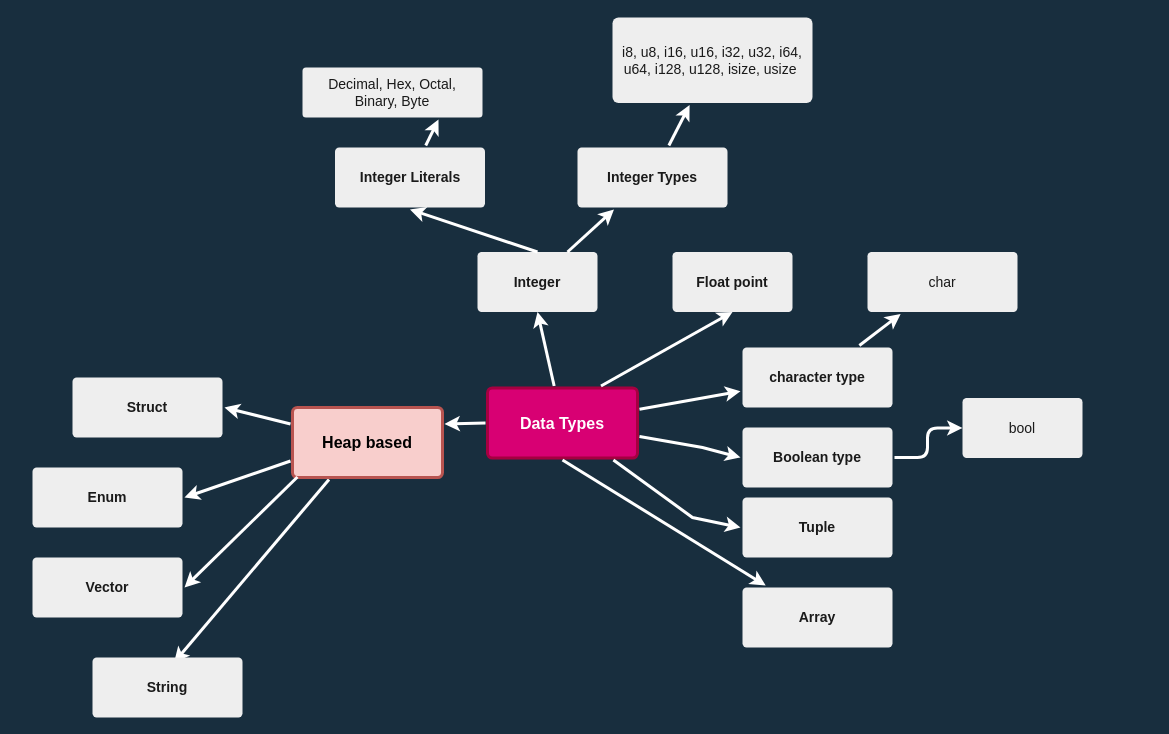
Earlier version of the draw.io diagram page "Data Types" (1 of 2) of datatypes.drawio (gftea/rust_lang_notes). Source tidied: cells renumbered, new cells numbered last; positions are measured from the earlier drawing's top-left corner, leaving out a move shared by most shapes. Both pictures are drawn from the tidied source at 100%, with x=0, y=0 at pixel (32, 17).
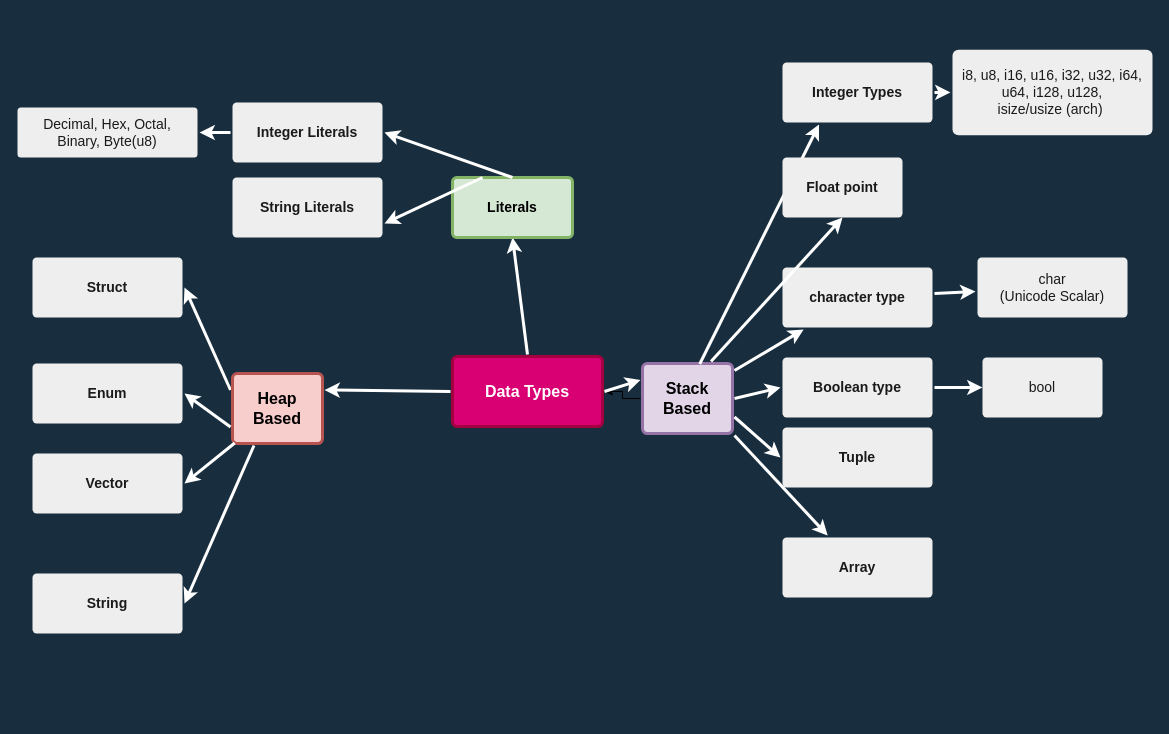
After the change.

The edit, as a diff of the source:
```diff
@@
-    <mxCell id="2" style="edgeStyle=none;rounded=0;jumpStyle=none;html=1;shadow=0;labelBackgroundColor=none;startArrow=none;startFill=0;endArrow=classic;endFill=1;jettySize=auto;strokeColor=#FFFFFF;strokeWidth=3;fontFamily=Helvetica;fontSize=16;fontColor=#FFFFFF;spacing=5;entryX=0.5;entryY=1;entryDx=0;entryDy=0;" parent="1" edge="1" source="6" target="13">
+    <mxCell id="2" style="edgeStyle=none;rounded=0;jumpStyle=none;html=1;shadow=0;labelBackgroundColor=none;startArrow=none;startFill=0;endArrow=classic;endFill=1;jettySize=auto;strokeColor=#FFFFFF;strokeWidth=3;fontFamily=Helvetica;fontSize=16;fontColor=#FFFFFF;spacing=5;entryX=0.5;entryY=1;entryDx=0;entryDy=0;exitX=0.5;exitY=0;exitDx=0;exitDy=0;" parent="1" edge="1" source="40" target="13">
       <mxGeometry relative="1" as="geometry" />
     </mxCell>
@@
-    <mxCell id="4" style="edgeStyle=none;rounded=0;jumpStyle=none;html=1;shadow=0;labelBackgroundColor=none;startArrow=none;startFill=0;endArrow=classic;endFill=1;jettySize=auto;strokeColor=#FFFFFF;strokeWidth=3;fontFamily=Helvetica;fontSize=16;fontColor=#FFFFFF;spacing=5;entryX=0.543;entryY=0.109;entryDx=0;entryDy=0;entryPerimeter=0;exitX=0.25;exitY=1;exitDx=0;exitDy=0;" parent="1" edge="1" source="33" target="29">
+    <mxCell id="4" style="edgeStyle=none;rounded=0;jumpStyle=none;html=1;shadow=0;labelBackgroundColor=none;startArrow=none;startFill=0;endArrow=classic;endFill=1;jettySize=auto;strokeColor=#FFFFFF;strokeWidth=3;fontFamily=Helvetica;fontSize=16;fontColor=#FFFFFF;spacing=5;entryX=1;entryY=0.5;entryDx=0;entryDy=0;exitX=0.25;exitY=1;exitDx=0;exitDy=0;" parent="1" edge="1" source="33" target="29">
       <mxGeometry relative="1" as="geometry" />
     </mxCell>
@@
+    <mxCell id="37" style="edgeStyle=orthogonalEdgeStyle;rounded=0;jettySize=auto;html=1;" parent="1" edge="1" source="6" target="40">
+      <mxGeometry relative="1" as="geometry" />
+    </mxCell>
-    <mxCell id="6" value="Data Types" style="rounded=1;whiteSpace=wrap;html=1;shadow=0;labelBackgroundColor=none;strokeColor=#A50040;strokeWidth=3;fillColor=#d80073;fontFamily=Helvetica;fontSize=16;fontColor=#ffffff;align=center;fontStyle=1;spacing=5;arcSize=7;perimeterSpacing=2;" parent="1" vertex="1">
-      <mxGeometry x="455" y="370.5" width="150" height="70" as="geometry" />
+    <mxCell id="6" value="Stack Based" style="rounded=1;whiteSpace=wrap;html=1;shadow=0;labelBackgroundColor=none;strokeColor=#9673a6;strokeWidth=3;fillColor=#e1d5e7;fontFamily=Helvetica;fontSize=16;align=center;fontStyle=1;spacing=5;arcSize=7;perimeterSpacing=2;" parent="1" vertex="1">
+      <mxGeometry x="610" y="346" width="90" height="70" as="geometry" />
     </mxCell>
     <mxCell id="7" value="Integer Literals" style="rounded=1;whiteSpace=wrap;html=1;shadow=0;labelBackgroundColor=none;strokeColor=none;strokeWidth=3;fillColor=#EEEEEE;fontFamily=Helvetica;fontSize=14;fontColor=#1A1A1A;align=center;spacing=5;fontStyle=1;arcSize=7;perimeterSpacing=2;" parent="1" vertex="1">
-      <mxGeometry x="302.5" y="130" width="150" height="60" as="geometry" />
+      <mxGeometry x="200" y="85" width="150" height="60" as="geometry" />
     </mxCell>
-    <mxCell id="8" value="Decimal, Hex, Octal, Binary, Byte" style="rounded=1;whiteSpace=wrap;html=1;shadow=0;labelBackgroundColor=none;strokeColor=none;strokeWidth=3;fillColor=#EEEEEE;fontFamily=Helvetica;fontSize=14;fontColor=#1A1A1A;align=center;spacing=5;arcSize=7;perimeterSpacing=2;" parent="1" vertex="1">
-      <mxGeometry x="270" y="50" width="180" height="50" as="geometry" />
+    <mxCell id="8" value="Decimal, Hex, Octal, Binary, Byte(u8)" style="rounded=1;whiteSpace=wrap;html=1;shadow=0;labelBackgroundColor=none;strokeColor=none;strokeWidth=3;fillColor=#EEEEEE;fontFamily=Helvetica;fontSize=14;fontColor=#1A1A1A;align=center;spacing=5;arcSize=7;perimeterSpacing=2;" parent="1" vertex="1">
+      <mxGeometry x="-15" y="90" width="180" height="50" as="geometry" />
     </mxCell>
-    <mxCell id="9" style="edgeStyle=none;rounded=0;jumpStyle=none;html=1;shadow=0;labelBackgroundColor=none;startArrow=none;startFill=0;endArrow=classic;endFill=1;jettySize=auto;strokeColor=#FFFFFF;strokeWidth=3;fontFamily=Helvetica;fontSize=14;fontColor=#FFFFFF;spacing=5;entryX=0.75;entryY=1;entryDx=0;entryDy=0;" parent="1" edge="1" source="7" target="8">
-      <mxGeometry relative="1" as="geometry" />
-    </mxCell>
     <mxCell id="10" value="character type" style="rounded=1;whiteSpace=wrap;html=1;shadow=0;labelBackgroundColor=none;strokeColor=none;strokeWidth=3;fillColor=#EEEEEE;fontFamily=Helvetica;fontSize=14;fontColor=#1A1A1A;align=center;spacing=5;fontStyle=1;arcSize=7;perimeterSpacing=2;" parent="1" vertex="1">
-      <mxGeometry x="710" y="330" width="150" height="60" as="geometry" />
+      <mxGeometry x="750" y="250" width="150" height="60" as="geometry" />
     </mxCell>
-    <mxCell id="11" value="char" style="rounded=1;whiteSpace=wrap;html=1;shadow=0;labelBackgroundColor=none;strokeColor=none;strokeWidth=3;fillColor=#EEEEEE;fontFamily=Helvetica;fontSize=14;fontColor=#1A1A1A;align=center;spacing=5;fontStyle=0;arcSize=7;perimeterSpacing=2;" parent="1" vertex="1">
-      <mxGeometry x="835" y="234.5" width="150" height="60" as="geometry" />
+    <mxCell id="11" value="char&lt;br&gt;(Unicode Scalar)" style="rounded=1;whiteSpace=wrap;html=1;shadow=0;labelBackgroundColor=none;strokeColor=none;strokeWidth=3;fillColor=#EEEEEE;fontFamily=Helvetica;fontSize=14;fontColor=#1A1A1A;align=center;spacing=5;fontStyle=0;arcSize=7;perimeterSpacing=2;" parent="1" vertex="1">
+      <mxGeometry x="945" y="240" width="150" height="60" as="geometry" />
     </mxCell>
@@
-    <mxCell id="13" value="Integer" style="whiteSpace=wrap;html=1;fontSize=14;fillColor=#EEEEEE;strokeColor=none;fontColor=#1A1A1A;rounded=1;shadow=0;labelBackgroundColor=none;strokeWidth=3;spacing=5;fontStyle=1;arcSize=7;" parent="1" vertex="1">
-      <mxGeometry x="445" y="234.5" width="120" height="60" as="geometry" />
+    <mxCell id="13" value="Literals" style="whiteSpace=wrap;html=1;fontSize=14;fillColor=#d5e8d4;strokeColor=#82b366;rounded=1;shadow=0;labelBackgroundColor=none;strokeWidth=3;spacing=5;fontStyle=1;arcSize=7;" parent="1" vertex="1">
+      <mxGeometry x="420" y="160" width="120" height="60" as="geometry" />
     </mxCell>
-    <mxCell id="14" style="edgeStyle=none;rounded=0;jumpStyle=none;html=1;shadow=0;labelBackgroundColor=none;startArrow=none;startFill=0;endArrow=classic;endFill=1;jettySize=auto;strokeColor=#FFFFFF;strokeWidth=3;fontFamily=Helvetica;fontSize=14;fontColor=#FFFFFF;spacing=5;entryX=0.5;entryY=1;entryDx=0;entryDy=0;exitX=0.5;exitY=0;exitDx=0;exitDy=0;" parent="1" edge="1" source="13" target="7">
+    <mxCell id="14" style="edgeStyle=none;rounded=0;jumpStyle=none;html=1;shadow=0;labelBackgroundColor=none;startArrow=none;startFill=0;endArrow=classic;endFill=1;jettySize=auto;strokeColor=#FFFFFF;strokeWidth=3;fontFamily=Helvetica;fontSize=14;fontColor=#FFFFFF;spacing=5;entryX=1;entryY=0.5;entryDx=0;entryDy=0;exitX=0.5;exitY=0;exitDx=0;exitDy=0;" parent="1" edge="1" source="13" target="7">
       <mxGeometry relative="1" as="geometry" />
     </mxCell>
-    <mxCell id="15" style="edgeStyle=none;rounded=0;jumpStyle=none;html=1;shadow=0;labelBackgroundColor=none;startArrow=none;startFill=0;endArrow=classic;endFill=1;jettySize=auto;strokeColor=#FFFFFF;strokeWidth=3;fontFamily=Helvetica;fontSize=14;fontColor=#FFFFFF;spacing=5;exitX=0.75;exitY=0;exitDx=0;exitDy=0;entryX=0.25;entryY=1;entryDx=0;entryDy=0;" parent="1" edge="1" source="13" target="17">
+    <mxCell id="15" style="edgeStyle=none;rounded=0;jumpStyle=none;html=1;shadow=0;labelBackgroundColor=none;startArrow=none;startFill=0;endArrow=classic;endFill=1;jettySize=auto;strokeColor=#FFFFFF;strokeWidth=3;fontFamily=Helvetica;fontSize=14;fontColor=#FFFFFF;spacing=5;exitX=0.63;exitY=0.034;exitDx=0;exitDy=0;entryX=0.25;entryY=1;entryDx=0;entryDy=0;exitPerimeter=0;" parent="1" edge="1" source="6" target="17">
       <mxGeometry relative="1" as="geometry" />
     </mxCell>
@@
     <mxCell id="17" value="Integer Types" style="rounded=1;whiteSpace=wrap;html=1;shadow=0;labelBackgroundColor=none;strokeColor=none;strokeWidth=3;fillColor=#EEEEEE;fontFamily=Helvetica;fontSize=14;fontColor=#1A1A1A;align=center;spacing=5;fontStyle=1;arcSize=7;perimeterSpacing=2;" parent="1" vertex="1">
-      <mxGeometry x="545" y="130" width="150" height="60" as="geometry" />
+      <mxGeometry x="750" y="45" width="150" height="60" as="geometry" />
     </mxCell>
-    <mxCell id="18" value="&lt;span style=&quot;font-weight: normal;&quot;&gt;i8, u8, i16, u16, i32, u32, i64, u64, i128, u128, isize, usize&amp;nbsp;&lt;/span&gt;" style="rounded=1;whiteSpace=wrap;html=1;shadow=0;labelBackgroundColor=none;strokeColor=none;strokeWidth=3;fillColor=#EEEEEE;fontFamily=Helvetica;fontSize=14;fontColor=#1A1A1A;align=center;spacing=5;fontStyle=1;arcSize=7;perimeterSpacing=2;" parent="1" vertex="1">
-      <mxGeometry x="580" width="200" height="85.5" as="geometry" />
+    <mxCell id="18" value="&lt;span style=&quot;font-weight: normal;&quot;&gt;i8, u8, i16, u16, i32, u32, i64, u64, i128, u128, &lt;br&gt;isize/usize (arch)&amp;nbsp;&lt;/span&gt;" style="rounded=1;whiteSpace=wrap;html=1;shadow=0;labelBackgroundColor=none;strokeColor=none;strokeWidth=3;fillColor=#EEEEEE;fontFamily=Helvetica;fontSize=14;fontColor=#1A1A1A;align=center;spacing=5;fontStyle=1;arcSize=7;perimeterSpacing=2;" parent="1" vertex="1">
+      <mxGeometry x="920" y="32.2" width="200" height="85.5" as="geometry" />
     </mxCell>
-    <mxCell id="19" style="edgeStyle=none;rounded=0;jumpStyle=none;html=1;shadow=0;labelBackgroundColor=none;startArrow=none;startFill=0;endArrow=classic;endFill=1;jettySize=auto;strokeColor=#FFFFFF;strokeWidth=3;fontFamily=Helvetica;fontSize=16;fontColor=#FFFFFF;spacing=5;entryX=0;entryY=0.5;entryDx=0;entryDy=0;" parent="1" edge="1" source="6" target="21">
-      <mxGeometry relative="1" as="geometry">
-        <Array as="points">
-          <mxPoint x="670" y="430" />
-        </Array>
-      </mxGeometry>
-    </mxCell>
-    <mxCell id="20" style="edgeStyle=orthogonalEdgeStyle;curved=0;rounded=1;sketch=0;jettySize=auto;html=1;fontColor=#FFFFFF;strokeColor=#FFFFFF;strokeWidth=3;" parent="1" edge="1" source="21" target="22">
-      <mxGeometry relative="1" as="geometry" />
-    </mxCell>
     <mxCell id="21" value="Boolean type" style="rounded=1;whiteSpace=wrap;html=1;shadow=0;labelBackgroundColor=none;strokeColor=none;strokeWidth=3;fillColor=#EEEEEE;fontFamily=Helvetica;fontSize=14;fontColor=#1A1A1A;align=center;spacing=5;fontStyle=1;arcSize=7;perimeterSpacing=2;" parent="1" vertex="1">
-      <mxGeometry x="710" y="410" width="150" height="60" as="geometry" />
+      <mxGeometry x="750" y="340" width="150" height="60" as="geometry" />
     </mxCell>
     <mxCell id="22" value="&lt;span style=&quot;font-weight: normal;&quot;&gt;bool&lt;/span&gt;" style="whiteSpace=wrap;html=1;fontSize=14;fillColor=#EEEEEE;strokeColor=none;fontColor=#1A1A1A;rounded=1;shadow=0;labelBackgroundColor=none;strokeWidth=3;spacing=5;fontStyle=1;arcSize=7;" parent="1" vertex="1">
-      <mxGeometry x="930" y="380.5" width="120" height="60" as="geometry" />
+      <mxGeometry x="950" y="340" width="120" height="60" as="geometry" />
     </mxCell>
@@
     <mxCell id="24" value="Float point" style="whiteSpace=wrap;html=1;fontSize=14;fillColor=#EEEEEE;strokeColor=none;fontColor=#1A1A1A;rounded=1;shadow=0;labelBackgroundColor=none;strokeWidth=3;spacing=5;fontStyle=1;arcSize=7;" parent="1" vertex="1">
-      <mxGeometry x="640" y="234.5" width="120" height="60" as="geometry" />
+      <mxGeometry x="750" y="140" width="120" height="60" as="geometry" />
     </mxCell>
     <mxCell id="25" value="Tuple" style="rounded=1;whiteSpace=wrap;html=1;shadow=0;labelBackgroundColor=none;strokeColor=none;strokeWidth=3;fillColor=#EEEEEE;fontFamily=Helvetica;fontSize=14;fontColor=#1A1A1A;align=center;spacing=5;fontStyle=1;arcSize=7;perimeterSpacing=2;" parent="1" vertex="1">
-      <mxGeometry x="710" y="480" width="150" height="60" as="geometry" />
+      <mxGeometry x="750" y="410" width="150" height="60" as="geometry" />
     </mxCell>
-    <mxCell id="26" style="edgeStyle=none;rounded=0;jumpStyle=none;html=1;shadow=0;labelBackgroundColor=none;startArrow=none;startFill=0;endArrow=classic;endFill=1;jettySize=auto;strokeColor=#FFFFFF;strokeWidth=3;fontFamily=Helvetica;fontSize=16;fontColor=#FFFFFF;spacing=5;entryX=0;entryY=0.5;entryDx=0;entryDy=0;" parent="1" edge="1" source="6" target="25">
-      <mxGeometry relative="1" as="geometry">
-        <Array as="points">
-          <mxPoint x="660" y="500" />
-        </Array>
-      </mxGeometry>
-    </mxCell>
     <mxCell id="27" value="Array" style="rounded=1;whiteSpace=wrap;html=1;shadow=0;labelBackgroundColor=none;strokeColor=none;strokeWidth=3;fillColor=#EEEEEE;fontFamily=Helvetica;fontSize=14;fontColor=#1A1A1A;align=center;spacing=5;fontStyle=1;arcSize=7;perimeterSpacing=2;" parent="1" vertex="1">
-      <mxGeometry x="710" y="570" width="150" height="60" as="geometry" />
+      <mxGeometry x="750" y="520" width="150" height="60" as="geometry" />
     </mxCell>
-    <mxCell id="28" style="edgeStyle=none;rounded=0;jumpStyle=none;html=1;shadow=0;labelBackgroundColor=none;startArrow=none;startFill=0;endArrow=classic;endFill=1;jettySize=auto;strokeColor=#FFFFFF;strokeWidth=3;fontFamily=Helvetica;fontSize=16;fontColor=#FFFFFF;spacing=5;exitX=0.5;exitY=1;exitDx=0;exitDy=0;" parent="1" edge="1" source="6" target="27">
+    <mxCell id="28" style="edgeStyle=none;rounded=0;jumpStyle=none;html=1;shadow=0;labelBackgroundColor=none;startArrow=none;startFill=0;endArrow=classic;endFill=1;jettySize=auto;strokeColor=#FFFFFF;strokeWidth=3;fontFamily=Helvetica;fontSize=16;fontColor=#FFFFFF;spacing=5;exitX=1;exitY=1;exitDx=0;exitDy=0;" parent="1" edge="1" source="6" target="27">
       <mxGeometry relative="1" as="geometry" />
     </mxCell>
     <mxCell id="29" value="String" style="rounded=1;whiteSpace=wrap;html=1;shadow=0;labelBackgroundColor=none;strokeColor=none;strokeWidth=3;fillColor=#EEEEEE;fontFamily=Helvetica;fontSize=14;fontColor=#1A1A1A;align=center;spacing=5;fontStyle=1;arcSize=7;perimeterSpacing=2;" parent="1" vertex="1">
-      <mxGeometry x="60" y="640" width="150" height="60" as="geometry" />
+      <mxGeometry y="556" width="150" height="60" as="geometry" />
     </mxCell>
     <mxCell id="30" value="Struct" style="rounded=1;whiteSpace=wrap;html=1;shadow=0;labelBackgroundColor=none;strokeColor=none;strokeWidth=3;fillColor=#EEEEEE;fontFamily=Helvetica;fontSize=14;fontColor=#1A1A1A;align=center;spacing=5;fontStyle=1;arcSize=7;perimeterSpacing=2;" parent="1" vertex="1">
-      <mxGeometry x="40" y="360" width="150" height="60" as="geometry" />
+      <mxGeometry y="240" width="150" height="60" as="geometry" />
     </mxCell>
     <mxCell id="31" value="Enum" style="rounded=1;whiteSpace=wrap;html=1;shadow=0;labelBackgroundColor=none;strokeColor=none;strokeWidth=3;fillColor=#EEEEEE;fontFamily=Helvetica;fontSize=14;fontColor=#1A1A1A;align=center;spacing=5;fontStyle=1;arcSize=7;perimeterSpacing=2;" parent="1" vertex="1">
-      <mxGeometry y="450" width="150" height="60" as="geometry" />
+      <mxGeometry y="346" width="150" height="60" as="geometry" />
     </mxCell>
     <mxCell id="32" value="Vector" style="rounded=1;whiteSpace=wrap;html=1;shadow=0;labelBackgroundColor=none;strokeColor=none;strokeWidth=3;fillColor=#EEEEEE;fontFamily=Helvetica;fontSize=14;fontColor=#1A1A1A;align=center;spacing=5;fontStyle=1;arcSize=7;perimeterSpacing=2;" parent="1" vertex="1">
-      <mxGeometry y="540" width="150" height="60" as="geometry" />
+      <mxGeometry y="436" width="150" height="60" as="geometry" />
     </mxCell>
-    <mxCell id="33" value="Heap based" style="rounded=1;whiteSpace=wrap;html=1;shadow=0;labelBackgroundColor=none;strokeColor=#b85450;strokeWidth=3;fillColor=#f8cecc;fontFamily=Helvetica;fontSize=16;align=center;fontStyle=1;spacing=5;arcSize=7;perimeterSpacing=2;" parent="1" vertex="1">
-      <mxGeometry x="260" y="390" width="150" height="70" as="geometry" />
+    <mxCell id="33" value="Heap Based" style="rounded=1;whiteSpace=wrap;html=1;shadow=0;labelBackgroundColor=none;strokeColor=#b85450;strokeWidth=3;fillColor=#f8cecc;fontFamily=Helvetica;fontSize=16;align=center;fontStyle=1;spacing=5;arcSize=7;perimeterSpacing=2;" parent="1" vertex="1">
+      <mxGeometry x="200" y="356" width="90" height="70" as="geometry" />
     </mxCell>
@@
-    <mxCell id="36" style="edgeStyle=none;rounded=0;jumpStyle=none;html=1;shadow=0;labelBackgroundColor=none;startArrow=none;startFill=0;endArrow=classic;endFill=1;jettySize=auto;strokeColor=#FFFFFF;strokeWidth=3;fontFamily=Helvetica;fontSize=16;fontColor=#FFFFFF;spacing=5;entryX=1;entryY=0.25;entryDx=0;entryDy=0;exitX=0;exitY=0.5;exitDx=0;exitDy=0;" parent="1" edge="1" source="6" target="33">
+    <mxCell id="36" style="edgeStyle=none;rounded=0;jumpStyle=none;html=1;shadow=0;labelBackgroundColor=none;startArrow=none;startFill=0;endArrow=classic;endFill=1;jettySize=auto;strokeColor=#FFFFFF;strokeWidth=3;fontFamily=Helvetica;fontSize=16;fontColor=#FFFFFF;spacing=5;entryX=1;entryY=0.25;entryDx=0;entryDy=0;exitX=0;exitY=0.5;exitDx=0;exitDy=0;" parent="1" edge="1" source="40" target="33">
       <mxGeometry relative="1" as="geometry" />
     </mxCell>
+    <mxCell id="38" value="String Literals" style="rounded=1;whiteSpace=wrap;html=1;shadow=0;labelBackgroundColor=none;strokeColor=none;strokeWidth=3;fillColor=#EEEEEE;fontFamily=Helvetica;fontSize=14;fontColor=#1A1A1A;align=center;spacing=5;fontStyle=1;arcSize=7;perimeterSpacing=2;" parent="1" vertex="1">
+      <mxGeometry x="200" y="160" width="150" height="60" as="geometry" />
+    </mxCell>
+    <mxCell id="39" style="edgeStyle=none;rounded=0;jumpStyle=none;html=1;shadow=0;labelBackgroundColor=none;startArrow=none;startFill=0;endArrow=classic;endFill=1;jettySize=auto;strokeColor=#FFFFFF;strokeWidth=3;fontFamily=Helvetica;fontSize=14;fontColor=#FFFFFF;spacing=5;entryX=1;entryY=0.75;entryDx=0;entryDy=0;exitX=0.25;exitY=0;exitDx=0;exitDy=0;" parent="1" edge="1" source="13" target="38">
+      <mxGeometry relative="1" as="geometry" />
+    </mxCell>
+    <mxCell id="26" style="edgeStyle=none;rounded=0;jumpStyle=none;html=1;shadow=0;labelBackgroundColor=none;startArrow=none;startFill=0;endArrow=classic;endFill=1;jettySize=auto;strokeColor=#FFFFFF;strokeWidth=3;fontFamily=Helvetica;fontSize=16;fontColor=#FFFFFF;spacing=5;exitX=1;exitY=0.75;exitDx=0;exitDy=0;entryX=0;entryY=0.5;entryDx=0;entryDy=0;" parent="1" edge="1" source="6" target="25">
+      <mxGeometry relative="1" as="geometry" />
+    </mxCell>
+    <mxCell id="40" value="Data Types" style="rounded=1;whiteSpace=wrap;html=1;shadow=0;labelBackgroundColor=none;strokeColor=#A50040;strokeWidth=3;fillColor=#d80073;fontFamily=Helvetica;fontSize=16;align=center;fontStyle=1;spacing=5;arcSize=7;perimeterSpacing=2;fontColor=#ffffff;" parent="1" vertex="1">
+      <mxGeometry x="420" y="339" width="150" height="70" as="geometry" />
+    </mxCell>
+    <mxCell id="19" style="edgeStyle=none;rounded=0;jumpStyle=none;html=1;shadow=0;labelBackgroundColor=none;startArrow=none;startFill=0;endArrow=classic;endFill=1;jettySize=auto;strokeColor=#FFFFFF;strokeWidth=3;fontFamily=Helvetica;fontSize=16;fontColor=#FFFFFF;spacing=5;exitX=1;exitY=0.5;exitDx=0;exitDy=0;entryX=0;entryY=0.5;entryDx=0;entryDy=0;" parent="1" edge="1" source="6" target="21">
+      <mxGeometry relative="1" as="geometry" />
+    </mxCell>
+    <mxCell id="20" style="edgeStyle=none;rounded=0;jumpStyle=none;html=1;shadow=0;labelBackgroundColor=none;startArrow=none;startFill=0;endArrow=classic;endFill=1;jettySize=auto;strokeColor=#FFFFFF;strokeWidth=3;fontFamily=Helvetica;fontSize=16;fontColor=#FFFFFF;spacing=5;exitX=1;exitY=0.5;exitDx=0;exitDy=0;entryX=0;entryY=0.5;entryDx=0;entryDy=0;" parent="1" edge="1" source="21" target="22">
+      <mxGeometry relative="1" as="geometry" />
+    </mxCell>
+    <mxCell id="9" style="edgeStyle=none;rounded=0;jumpStyle=none;html=1;shadow=0;labelBackgroundColor=none;startArrow=none;startFill=0;endArrow=classic;endFill=1;jettySize=auto;strokeColor=#FFFFFF;strokeWidth=3;fontFamily=Helvetica;fontSize=14;fontColor=#FFFFFF;spacing=5;entryX=1;entryY=0.5;entryDx=0;entryDy=0;exitX=0;exitY=0.5;exitDx=0;exitDy=0;" parent="1" edge="1" source="7" target="8">
+      <mxGeometry relative="1" as="geometry" />
+    </mxCell>
+    <mxCell id="41" style="edgeStyle=none;rounded=0;jumpStyle=none;html=1;shadow=0;labelBackgroundColor=none;startArrow=none;startFill=0;endArrow=classic;endFill=1;jettySize=auto;strokeColor=#FFFFFF;strokeWidth=3;fontFamily=Helvetica;fontSize=16;fontColor=#FFFFFF;spacing=5;entryX=0;entryY=0.25;entryDx=0;entryDy=0;exitX=1;exitY=0.5;exitDx=0;exitDy=0;" parent="1" edge="1" source="40" target="6">
+      <mxGeometry relative="1" as="geometry" />
+    </mxCell>
```
